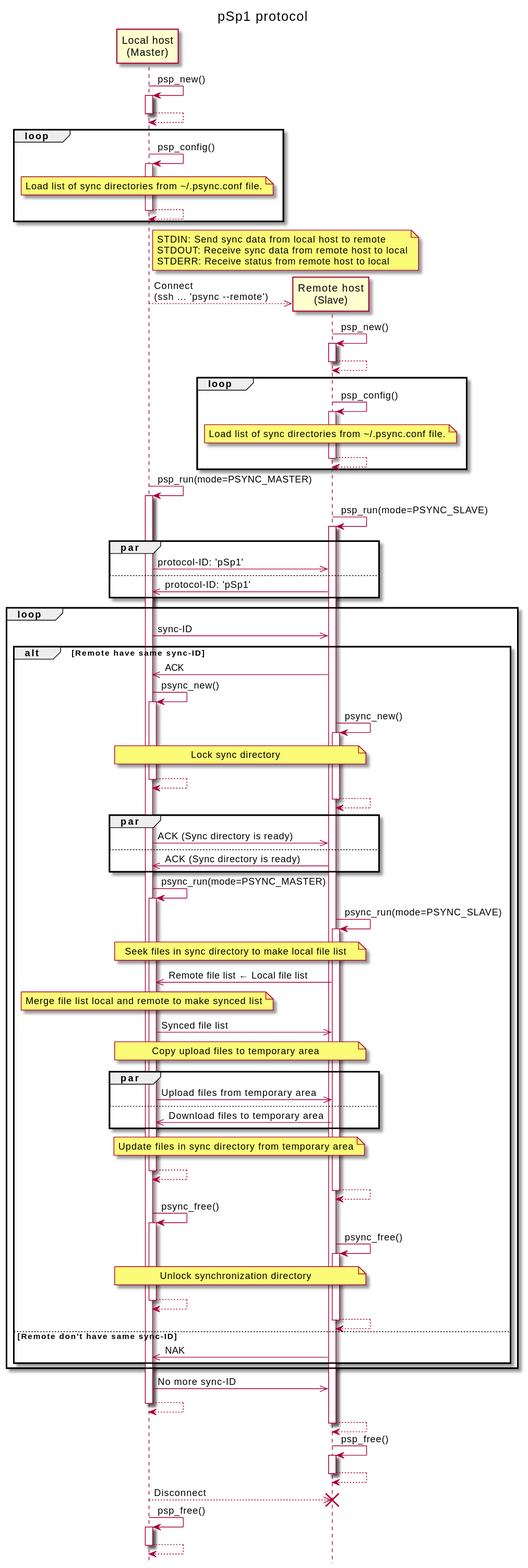
The PlantUML diagram doc/psp.svg in kobayasy/pSync, before a commit.
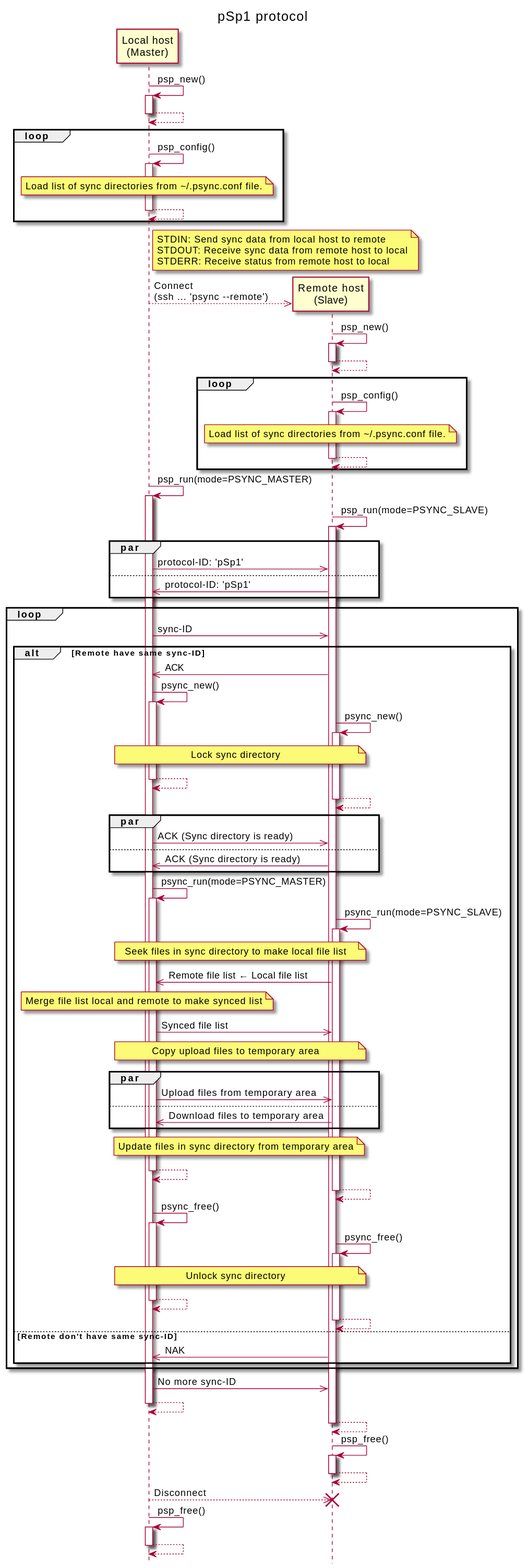
The same diagram one commit later.

Commit message:
Updated documentation for the pSp1 protocol.

Change to the diagram source:
```diff
@@ -100,7 +100,7 @@
                                   remote -> remote: psync_free()
                                   activate remote
       note over local, remote
-        Unlock synchronization directory
+        Unlock sync directory
       end note
                     local --> local
                   deactivate local
```
